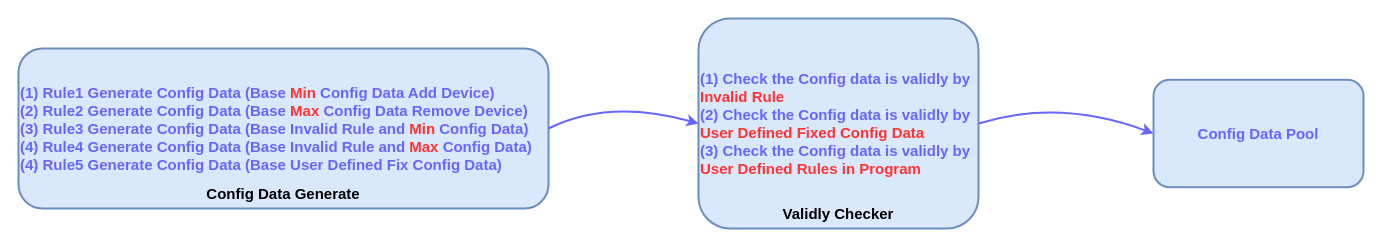
Before: config_data_generate.drawio in woshitanwang/pics_procdure, a draw.io diagram. Source tidied: cells renumbered, new cells numbered last; positions are measured from the earlier drawing's top-left corner, leaving out a move shared by most shapes. Both pictures are drawn from the tidied source at 100%, with x=0, y=0 at pixel (18, 18).
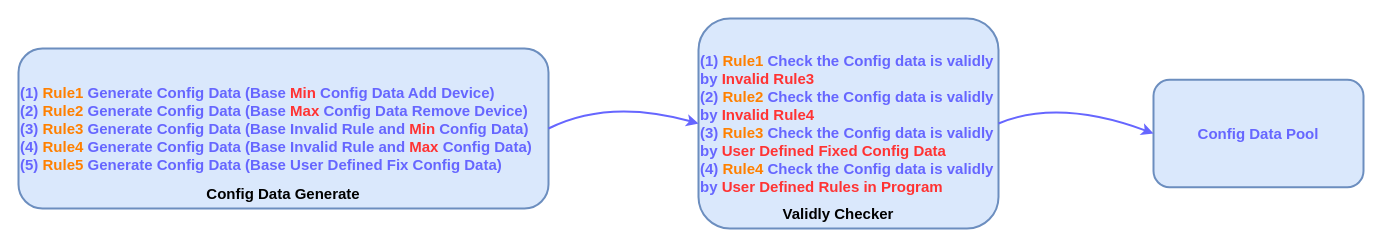
Above is the later version.

The edit, as a diff of the source:
```diff
@@
 <mxGraphModel>
   <root>
     <mxCell id="0" />
     <mxCell id="1" parent="0" />
-    <mxCell id="2" value="(1) Rule1 Generate Config Data (Base &lt;font color=&quot;#ff3333&quot;&gt;Min &lt;/font&gt;Config Data Add Device)&lt;br style=&quot;font-size: 15px&quot;&gt;(2) Rule2 Generate Config Data (Base &lt;font color=&quot;#ff3333&quot;&gt;Max &lt;/font&gt;Config Data Remove Device)&lt;br style=&quot;font-size: 15px&quot;&gt;(3) Rule3 Generate Config Data (Base Invalid Rule and &lt;font color=&quot;#ff3333&quot;&gt;Min &lt;/font&gt;Config Data)&lt;br&gt;(4) Rule4 Generate Config Data (Base Invalid Rule and &lt;font color=&quot;#ff3333&quot;&gt;Max &lt;/font&gt;Config Data)&lt;br style=&quot;font-size: 15px&quot;&gt;(4) Rule5 Generate Config Data (Base User Defined Fix Config Data)" style="rounded=1;whiteSpace=wrap;html=1;align=left;fillColor=#dae8fc;strokeColor=#6c8ebf;fontSize=15;fontColor=#6666FF;fontStyle=1;verticalAlign=middle;horizontal=1;strokeWidth=2;" parent="1" vertex="1">
+    <mxCell id="2" value="(1) &lt;font color=&quot;#ff8000&quot;&gt;Rule1&lt;/font&gt; Generate Config Data (Base &lt;font color=&quot;#ff3333&quot;&gt;Min &lt;/font&gt;Config Data Add Device)&lt;br style=&quot;font-size: 15px&quot;&gt;(2) &lt;font color=&quot;#ff8000&quot;&gt;Rule2&lt;/font&gt; Generate Config Data (Base &lt;font color=&quot;#ff3333&quot;&gt;Max &lt;/font&gt;Config Data Remove Device)&lt;br style=&quot;font-size: 15px&quot;&gt;(3) &lt;font color=&quot;#ff8000&quot;&gt;Rule3&lt;/font&gt; Generate Config Data (Base Invalid Rule and &lt;font color=&quot;#ff3333&quot;&gt;Min &lt;/font&gt;Config Data)&lt;br&gt;(4) &lt;font color=&quot;#ff8000&quot;&gt;Rule4&lt;/font&gt; Generate Config Data (Base Invalid Rule and &lt;font color=&quot;#ff3333&quot;&gt;Max &lt;/font&gt;Config Data)&lt;br style=&quot;font-size: 15px&quot;&gt;(5) &lt;font color=&quot;#ff8000&quot;&gt;Rule5&lt;/font&gt; Generate Config Data (Base User Defined Fix Config Data)" style="rounded=1;whiteSpace=wrap;html=1;align=left;fillColor=#dae8fc;strokeColor=#6c8ebf;fontSize=15;fontColor=#6666FF;fontStyle=1;verticalAlign=middle;horizontal=1;strokeWidth=2;" parent="1" vertex="1">
       <mxGeometry y="30" width="530" height="160" as="geometry" />
     </mxCell>
     <mxCell id="3" value="Config Data Generate" style="text;html=1;strokeColor=none;fillColor=none;align=center;verticalAlign=middle;whiteSpace=wrap;rounded=0;fontSize=15;fontColor=#000000;fontStyle=1;" parent="1" vertex="1">
       <mxGeometry x="175" y="160" width="180" height="30" as="geometry" />
     </mxCell>
-    <mxCell id="4" value="(1) Check the Config data is validly by &lt;font color=&quot;#ff3333&quot;&gt;Invalid Rule&lt;/font&gt;&lt;br&gt;(2) Check the Config data is validly by &lt;font color=&quot;#ff3333&quot;&gt;User Defined Fixed Config Data&lt;/font&gt;&lt;br&gt;(3) Check the Config data is validly by &lt;font color=&quot;#ff3333&quot;&gt;User Defined Rules in Program&lt;/font&gt;" style="rounded=1;whiteSpace=wrap;html=1;align=left;fillColor=#dae8fc;strokeColor=#6c8ebf;fontSize=15;fontColor=#6666FF;fontStyle=1;verticalAlign=middle;horizontal=1;strokeWidth=2;" parent="1" vertex="1">
-      <mxGeometry x="680" width="280" height="210" as="geometry" />
+    <mxCell id="4" value="(1) &lt;font color=&quot;#ff8000&quot;&gt;Rule1&lt;/font&gt; Check the Config data is validly by &lt;font color=&quot;#ff3333&quot;&gt;Invalid Rule3&lt;br&gt;&lt;/font&gt;(2)&amp;nbsp;&lt;span style=&quot;color: rgb(255 , 128 , 0)&quot;&gt;Rule2&amp;nbsp;&lt;/span&gt;Check the Config data is validly by&amp;nbsp;&lt;font color=&quot;#ff3333&quot;&gt;Invalid Rule4&lt;/font&gt;&lt;br&gt;(3) &lt;font color=&quot;#ff8000&quot;&gt;Rule3&lt;/font&gt; Check the Config data is validly by &lt;font color=&quot;#ff3333&quot;&gt;User Defined Fixed Config Data&lt;/font&gt;&lt;br&gt;(4) &lt;font color=&quot;#ff8000&quot;&gt;Rule4&lt;/font&gt; Check the Config data is validly by &lt;font color=&quot;#ff3333&quot;&gt;User Defined Rules in Program&lt;/font&gt;" style="rounded=1;whiteSpace=wrap;html=1;align=left;fillColor=#dae8fc;strokeColor=#6c8ebf;fontSize=15;fontColor=#6666FF;fontStyle=1;verticalAlign=middle;horizontal=1;strokeWidth=2;" parent="1" vertex="1">
+      <mxGeometry x="680" width="300" height="210" as="geometry" />
     </mxCell>
     <mxCell id="5" value="Validly Checker" style="text;html=1;strokeColor=none;fillColor=none;align=center;verticalAlign=middle;whiteSpace=wrap;rounded=0;fontSize=15;fontColor=#000000;fontStyle=1;" parent="1" vertex="1">
       <mxGeometry x="730" y="180" width="180" height="30" as="geometry" />
     </mxCell>
     <mxCell id="6" style="rounded=1;whiteSpace=wrap;html=1;align=left;fillColor=#dae8fc;strokeColor=#6c8ebf;fontSize=15;fontColor=#6666FF;fontStyle=1;verticalAlign=middle;horizontal=1;strokeWidth=2;" parent="1" vertex="1">
       <mxGeometry x="1135" y="61.2" width="210" height="107.5" as="geometry" />
     </mxCell>
     <mxCell id="7" value="Config Data Pool" style="text;html=1;strokeColor=none;fillColor=none;align=center;verticalAlign=middle;whiteSpace=wrap;rounded=0;fontSize=15;fontColor=#6666FF;fontStyle=1;" parent="1" vertex="1">
       <mxGeometry x="1150" y="100" width="180" height="30" as="geometry" />
     </mxCell>
     <mxCell id="8" style="curved=1;endArrow=classic;html=1;rounded=0;fontSize=15;fontColor=#6666FF;exitX=1;exitY=0.5;exitDx=0;exitDy=0;fontStyle=1;strokeColor=#6666FF;entryX=0;entryY=0.5;entryDx=0;entryDy=0;strokeWidth=2;" parent="1" edge="1" source="2" target="4">
       <mxGeometry relative="1" as="geometry">
         <Array as="points">
           <mxPoint x="590" y="80" />
         </Array>
       </mxGeometry>
     </mxCell>
     <mxCell id="9" style="curved=1;endArrow=classic;html=1;rounded=0;fontSize=15;fontColor=#000000;entryX=0;entryY=0.5;entryDx=0;entryDy=0;exitX=1;exitY=0.5;exitDx=0;exitDy=0;strokeColor=#6666FF;strokeWidth=2;" parent="1" edge="1" source="4" target="6">
       <mxGeometry relative="1" as="geometry">
         <Array as="points">
           <mxPoint x="1040" y="80" />
         </Array>
       </mxGeometry>
     </mxCell>
   </root>
 </mxGraphModel>
```
